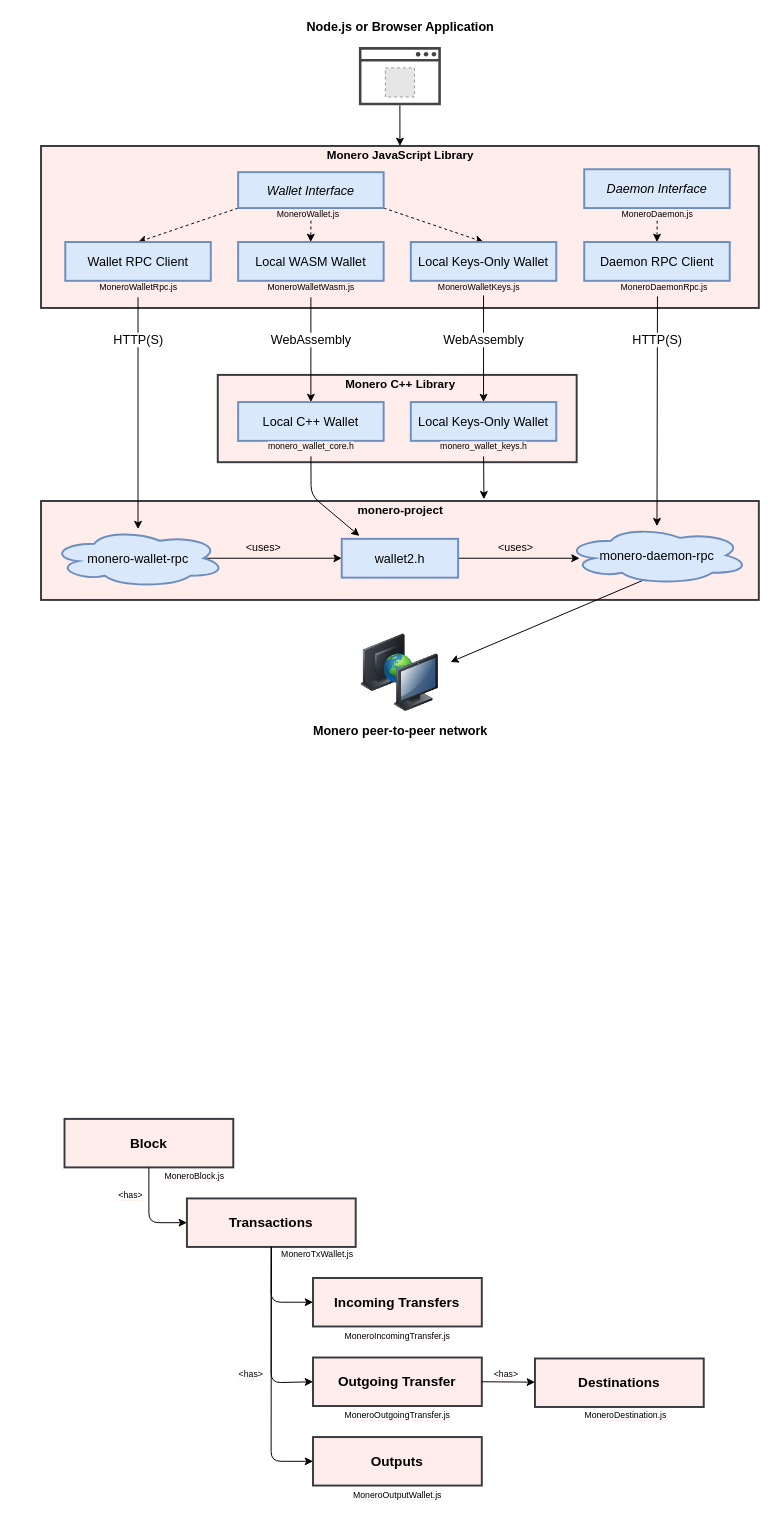
Above: docs/img/architecture.drawio in woodser/monero-ts (draw.io), before the change. Source tidied: cells renumbered, new cells numbered last; positions are measured from the earlier drawing's top-left corner, leaving out a move shared by most shapes. Both pictures are drawn from the tidied source at 97%, with x=0, y=0 at pixel (16, 16). Pictures stored in the file or linked from it are replaced by grey dashed boxes.
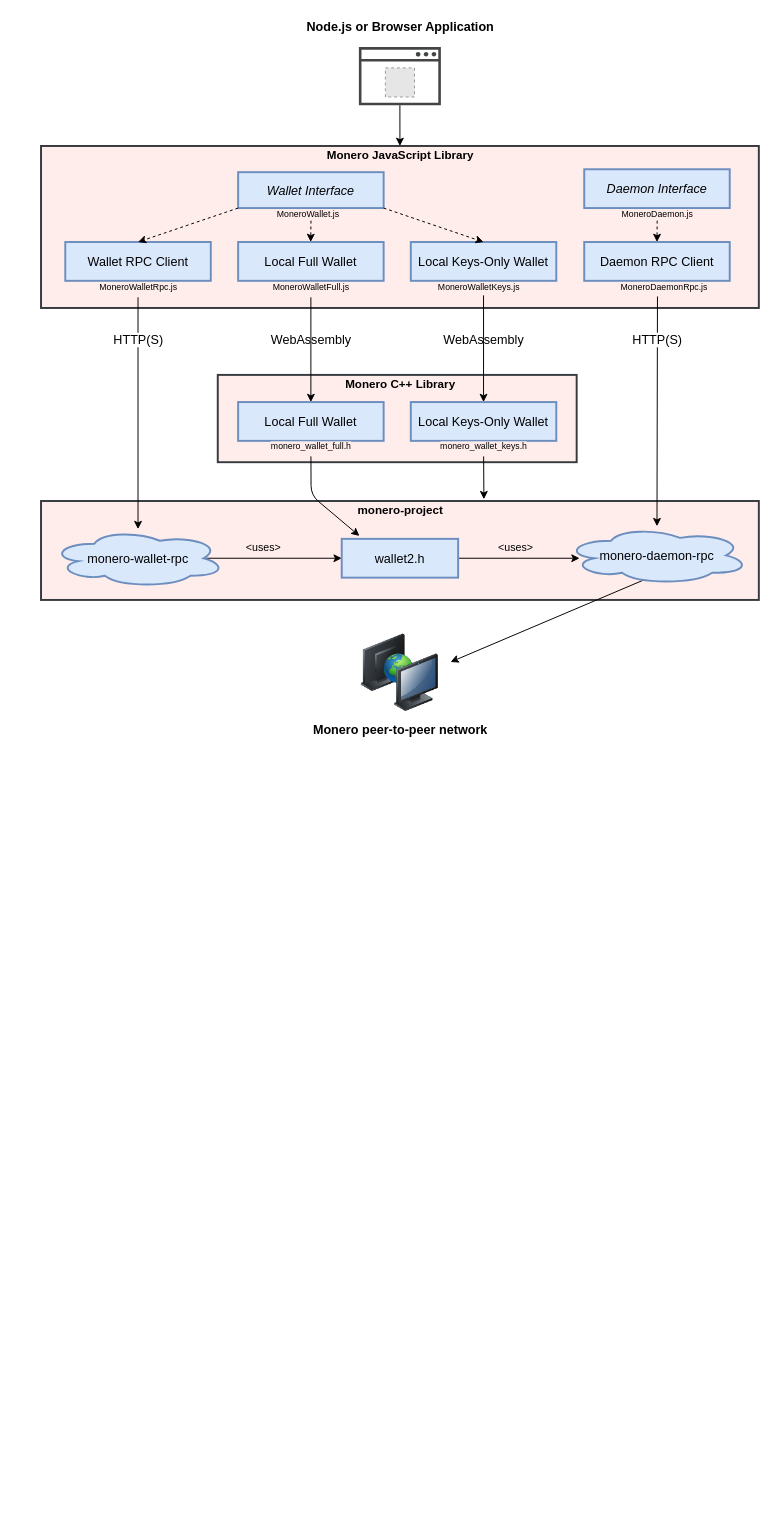
The same diagram, later.

Commit message (it also covers changes not shown here):
update architecture and data model diagrams

Unchanged cells that the change refers to:
```xml
<mxCell id="26" value="Wallet RPC Client" style="rounded=0;whiteSpace=wrap;html=1;fillColor=#dae8fc;strokeColor=#6c8ebf;strokeWidth=2;fontSize=13;fontStyle=0;" parent="1" vertex="1">
  <mxGeometry x="49.8" y="232" width="150" height="40" as="geometry" />
</mxCell>
<mxCell id="31" value="Wallet Interface" style="rounded=0;whiteSpace=wrap;html=1;fillColor=#dae8fc;strokeColor=#6c8ebf;strokeWidth=2;fontSize=13;fontStyle=2;" parent="1" vertex="1">
  <mxGeometry x="228" y="160" width="150" height="37" as="geometry" />
</mxCell>
<mxCell id="38" value="Local Keys-Only Wallet" style="rounded=0;whiteSpace=wrap;html=1;fillColor=#dae8fc;strokeColor=#6c8ebf;strokeWidth=2;fontSize=13;fontStyle=0;" parent="1" vertex="1">
  <mxGeometry x="406" y="232" width="150" height="40" as="geometry" />
</mxCell>
<mxCell id="44" value="Daemon RPC Client" style="rounded=0;whiteSpace=wrap;html=1;fillColor=#dae8fc;strokeColor=#6c8ebf;strokeWidth=2;fontSize=13;fontStyle=0;" parent="1" vertex="1">
  <mxGeometry x="584.8" y="232" width="150" height="40" as="geometry" />
</mxCell>
<mxCell id="48" style="group;" parent="1" vertex="1">
  <mxGeometry x="228" y="397" width="328" height="56" as="geometry" />
</mxCell>
<mxCell id="51" value="Local Keys-Only Wallet" style="rounded=0;whiteSpace=wrap;html=1;fillColor=#dae8fc;strokeColor=#6c8ebf;strokeWidth=2;fontSize=13;" parent="48" vertex="1">
  <mxGeometry x="178" width="150" height="40" as="geometry" />
</mxCell>
```

The edit, as a diff of the source:
```diff
@@
-    <mxCell id="11" value="Monero peer-to-peer network" style="text;html=1;align=center;verticalAlign=middle;fillColor=none;strokeColor=none;rounded=0;fontStyle=1;fontSize=13;" parent="1" vertex="1">
-      <mxGeometry x="294.8" y="726" width="200" height="20" as="geometry" />
-    </mxCell>
@@
-    <mxCell id="13" value="Node.js or Browser Application" style="text;html=1;align=center;verticalAlign=middle;fillColor=none;strokeColor=none;rounded=0;fontStyle=1;fontSize=13;" parent="1" vertex="1">
-      <mxGeometry x="289.8" width="210" height="20" as="geometry" />
-    </mxCell>
@@
-    <mxCell id="20" style="endArrow=classic;html=1;entryX=0.5;entryY=0;entryDx=0;entryDy=0;dashed=1;exitX=1;exitY=1;exitDx=0;exitDy=0;" parent="1" edge="1" source="31" target="38">
-      <mxGeometry relative="1" as="geometry" />
-    </mxCell>
-    <mxCell id="21" style="endArrow=classic;html=1;exitX=0;exitY=1;exitDx=0;exitDy=0;dashed=1;entryX=0.5;entryY=0;entryDx=0;entryDy=0;" parent="1" edge="1" source="31" target="26">
-      <mxGeometry relative="1" as="geometry" />
-    </mxCell>
@@
-    <mxCell id="29" style="endArrow=classic;html=1;" parent="1" edge="1" source="33" target="49">
-      <mxGeometry relative="1" as="geometry" />
-    </mxCell>
@@
-    <mxCell id="32" value="Local WASM Wallet" style="rounded=0;whiteSpace=wrap;html=1;fillColor=#dae8fc;strokeColor=#6c8ebf;strokeWidth=2;fontSize=13;fontStyle=0;" parent="1" vertex="1">
+    <mxCell id="32" value="Local Full Wallet" style="rounded=0;whiteSpace=wrap;html=1;fillColor=#dae8fc;strokeColor=#6c8ebf;strokeWidth=2;fontSize=13;fontStyle=0;" parent="1" vertex="1">
       <mxGeometry x="228" y="232" width="150" height="40" as="geometry" />
     </mxCell>
-    <mxCell id="33" value="MoneroWalletWasm.js" style="text;html=1;align=center;verticalAlign=middle;points=[];fillColor=none;strokeColor=none;rounded=0;labelBackgroundColor=#FFEDEB;fontSize=9;labelBorderColor=none;" parent="1" vertex="1">
-      <mxGeometry x="253" y="269" width="100" height="20" as="geometry" />
+    <mxCell id="33" value="MoneroWalletFull.js" style="text;html=1;align=center;verticalAlign=middle;points=[];fillColor=none;strokeColor=none;rounded=0;labelBackgroundColor=#FFEDEB;fontSize=9;labelBorderColor=none;" parent="1" vertex="1">
+      <mxGeometry x="258" y="269" width="90" height="20" as="geometry" />
     </mxCell>
@@
-    <mxCell id="35" style="endArrow=classic;html=1;entryX=0.5;entryY=0;entryDx=0;entryDy=0;" parent="1" edge="1" target="51">
-      <mxGeometry relative="1" as="geometry">
-        <mxPoint x="481" y="287" as="sourcePoint" />
-      </mxGeometry>
-    </mxCell>
@@
-    <mxCell id="42" style="endArrow=classic;html=1;entryX=0.5;entryY=0;entryDx=0;entryDy=0;dashed=1;" parent="1" edge="1" target="44">
-      <mxGeometry relative="1" as="geometry">
-        <mxPoint x="660" y="210" as="sourcePoint" />
-      </mxGeometry>
-    </mxCell>
@@
-    <mxCell id="49" value="Local C++ Wallet" style="rounded=0;whiteSpace=wrap;html=1;fillColor=#dae8fc;strokeColor=#6c8ebf;strokeWidth=2;fontSize=13;" parent="48" vertex="1">
+    <mxCell id="49" value="Local Full Wallet" style="rounded=0;whiteSpace=wrap;html=1;fillColor=#dae8fc;strokeColor=#6c8ebf;strokeWidth=2;fontSize=13;" parent="48" vertex="1">
       <mxGeometry width="150" height="40" as="geometry" />
     </mxCell>
-    <mxCell id="50" value="monero_wallet_core.h" style="text;html=1;align=center;verticalAlign=middle;points=[];fillColor=none;strokeColor=none;rounded=0;labelBackgroundColor=#FFEDEB;fontSize=9;labelBorderColor=none;" parent="48" vertex="1">
+    <mxCell id="50" value="monero_wallet_full.h" style="text;html=1;align=center;verticalAlign=middle;points=[];fillColor=none;strokeColor=none;rounded=0;labelBackgroundColor=#FFEDEB;fontSize=9;labelBorderColor=none;" parent="48" vertex="1">
       <mxGeometry x="25" y="36" width="100" height="20" as="geometry" />
     </mxCell>
@@
-    <mxCell id="54" value="Block" style="rounded=0;whiteSpace=wrap;html=1;fillColor=#FFEDEB;strokeColor=#36393d;strokeWidth=2;fontStyle=1;fontSize=14;" parent="1" vertex="1">
-      <mxGeometry x="49" y="1136" width="174" height="50" as="geometry" />
-    </mxCell>
-    <mxCell id="55" value="Transactions" style="rounded=0;whiteSpace=wrap;html=1;fillColor=#FFEDEB;strokeColor=#36393d;strokeWidth=2;fontStyle=1;fontSize=14;" parent="1" vertex="1">
-      <mxGeometry x="175.2" y="1218" width="174" height="50" as="geometry" />
-    </mxCell>
-    <mxCell id="56" value="Incoming Transfers" style="rounded=0;whiteSpace=wrap;html=1;fillColor=#FFEDEB;strokeColor=#36393d;strokeWidth=2;fontStyle=1;fontSize=14;" parent="1" vertex="1">
-      <mxGeometry x="305.2" y="1300" width="174" height="50" as="geometry" />
-    </mxCell>
-    <mxCell id="57" value="Outgoing Transfer" style="rounded=0;whiteSpace=wrap;html=1;fillColor=#FFEDEB;strokeColor=#36393d;strokeWidth=2;fontStyle=1;fontSize=14;" parent="1" vertex="1">
-      <mxGeometry x="305.2" y="1382" width="174" height="50" as="geometry" />
-    </mxCell>
-    <mxCell id="58" value="Destinations" style="rounded=0;whiteSpace=wrap;html=1;fillColor=#FFEDEB;strokeColor=#36393d;strokeWidth=2;fontStyle=1;fontSize=14;" parent="1" vertex="1">
-      <mxGeometry x="534" y="1383" width="174" height="50" as="geometry" />
-    </mxCell>
-    <mxCell id="59" value="Outputs" style="rounded=0;whiteSpace=wrap;html=1;fillColor=#FFEDEB;strokeColor=#36393d;strokeWidth=2;fontStyle=1;fontSize=14;" parent="1" vertex="1">
-      <mxGeometry x="305.2" y="1464" width="174" height="50" as="geometry" />
-    </mxCell>
-    <mxCell id="60" style="endArrow=classic;html=1;fontSize=14;exitX=1;exitY=0.5;exitDx=0;exitDy=0;" parent="1" edge="1" source="57" target="58">
-      <mxGeometry relative="1" as="geometry" />
-    </mxCell>
-    <mxCell id="61" style="endArrow=classic;html=1;fontSize=14;exitX=0.5;exitY=1;exitDx=0;exitDy=0;entryX=0;entryY=0.5;entryDx=0;entryDy=0;" parent="1" edge="1" source="55" target="56">
-      <mxGeometry relative="1" as="geometry">
-        <Array as="points">
-          <mxPoint x="262" y="1325" />
-        </Array>
-      </mxGeometry>
-    </mxCell>
-    <mxCell id="62" style="endArrow=classic;html=1;fontSize=14;exitX=0.5;exitY=1;exitDx=0;exitDy=0;entryX=0;entryY=0.5;entryDx=0;entryDy=0;" parent="1" edge="1" source="55" target="57">
-      <mxGeometry relative="1" as="geometry">
-        <Array as="points">
-          <mxPoint x="262" y="1408" />
-        </Array>
-      </mxGeometry>
-    </mxCell>
-    <mxCell id="63" style="endArrow=classic;html=1;fontSize=14;exitX=0.5;exitY=1;exitDx=0;exitDy=0;entryX=0;entryY=0.5;entryDx=0;entryDy=0;" parent="1" edge="1" source="55" target="59">
-      <mxGeometry relative="1" as="geometry">
-        <Array as="points">
-          <mxPoint x="262" y="1489" />
-        </Array>
-      </mxGeometry>
-    </mxCell>
-    <mxCell id="64" value="&lt;span style=&quot;background-color: rgb(255 , 255 , 255)&quot;&gt;MoneroBlock.js&lt;/span&gt;" style="text;html=1;align=right;verticalAlign=middle;fillColor=none;strokeColor=none;rounded=0;labelBackgroundColor=#FFEDEB;fontSize=9;labelBorderColor=none;" parent="1" vertex="1">
-      <mxGeometry x="134.8" y="1185" width="80" height="20" as="geometry" />
-    </mxCell>
-    <mxCell id="65" value="&lt;span style=&quot;background-color: rgb(255 , 255 , 255)&quot;&gt;MoneroTxWallet.js&lt;/span&gt;" style="text;html=1;align=right;verticalAlign=middle;fillColor=none;strokeColor=none;rounded=0;labelBackgroundColor=#FFEDEB;fontSize=9;labelBorderColor=none;" parent="1" vertex="1">
-      <mxGeometry x="258" y="1266" width="90" height="20" as="geometry" />
-    </mxCell>
-    <mxCell id="66" value="&lt;span style=&quot;background-color: rgb(255 , 255 , 255)&quot;&gt;MoneroIncomingTransfer.js&lt;/span&gt;" style="text;html=1;align=center;verticalAlign=middle;fillColor=none;strokeColor=none;rounded=0;labelBackgroundColor=#FFEDEB;fontSize=9;labelBorderColor=none;" parent="1" vertex="1">
-      <mxGeometry x="332" y="1350" width="120" height="20" as="geometry" />
-    </mxCell>
-    <mxCell id="67" value="&lt;span style=&quot;background-color: rgb(255 , 255 , 255)&quot;&gt;MoneroOutgoingTransfer.js&lt;/span&gt;" style="text;html=1;align=center;verticalAlign=middle;fillColor=none;strokeColor=none;rounded=0;labelBackgroundColor=#FFEDEB;fontSize=9;labelBorderColor=none;" parent="1" vertex="1">
-      <mxGeometry x="332" y="1432" width="120" height="20" as="geometry" />
-    </mxCell>
-    <mxCell id="68" value="&lt;span style=&quot;background-color: rgb(255 , 255 , 255)&quot;&gt;MoneroOutputWallet.js&lt;/span&gt;" style="text;html=1;align=center;verticalAlign=middle;fillColor=none;strokeColor=none;rounded=0;labelBackgroundColor=#FFEDEB;fontSize=9;labelBorderColor=none;" parent="1" vertex="1">
-      <mxGeometry x="337" y="1514" width="110" height="20" as="geometry" />
-    </mxCell>
-    <mxCell id="69" value="&lt;span style=&quot;background-color: rgb(255 , 255 , 255)&quot;&gt;MoneroDestination.js&lt;/span&gt;" style="text;html=1;align=right;verticalAlign=middle;fillColor=none;strokeColor=none;rounded=0;labelBackgroundColor=#FFEDEB;fontSize=9;labelBorderColor=none;" parent="1" vertex="1">
-      <mxGeometry x="571" y="1432" width="100" height="20" as="geometry" />
-    </mxCell>
-    <mxCell id="70" value="&lt;span style=&quot;background-color: rgb(255 , 255 , 255)&quot;&gt;&amp;lt;has&amp;gt;&lt;/span&gt;" style="text;html=1;align=left;verticalAlign=middle;fillColor=none;strokeColor=none;rounded=0;labelBackgroundColor=#FFEDEB;fontSize=9;labelBorderColor=none;" parent="1" vertex="1">
-      <mxGeometry x="102.8" y="1205" width="40" height="20" as="geometry" />
-    </mxCell>
-    <mxCell id="71" value="&lt;span style=&quot;background-color: rgb(255 , 255 , 255)&quot;&gt;&amp;lt;has&amp;gt;&lt;/span&gt;" style="text;html=1;align=left;verticalAlign=middle;fillColor=none;strokeColor=none;rounded=0;labelBackgroundColor=#FFEDEB;fontSize=9;labelBorderColor=none;" parent="1" vertex="1">
-      <mxGeometry x="227" y="1390" width="40" height="20" as="geometry" />
-    </mxCell>
-    <mxCell id="72" value="&lt;span style=&quot;background-color: rgb(255 , 255 , 255)&quot;&gt;&amp;lt;has&amp;gt;&lt;/span&gt;" style="text;html=1;align=left;verticalAlign=middle;fillColor=none;strokeColor=none;rounded=0;labelBackgroundColor=#FFEDEB;fontSize=9;labelBorderColor=none;" parent="1" vertex="1">
-      <mxGeometry x="489.8" y="1390" width="40" height="20" as="geometry" />
-    </mxCell>
-    <mxCell id="73" style="endArrow=classic;html=1;fontSize=14;exitX=0.5;exitY=1;exitDx=0;exitDy=0;entryX=0;entryY=0.5;entryDx=0;entryDy=0;" parent="1" edge="1" source="54" target="55">
-      <mxGeometry relative="1" as="geometry">
-        <Array as="points">
-          <mxPoint x="136" y="1243" />
-        </Array>
-      </mxGeometry>
-    </mxCell>
+    <mxCell id="13" value="Node.js or Browser Application" style="text;html=1;align=center;verticalAlign=middle;fillColor=none;strokeColor=none;rounded=0;labelBackgroundColor=#FFFFFF;fontSize=13;fontStyle=1;" parent="1" vertex="1">
+      <mxGeometry x="290" width="210" height="20" as="geometry" />
+    </mxCell>
+    <mxCell id="11" value="Monero peer-to-peer network" style="text;html=1;align=center;verticalAlign=middle;fillColor=none;strokeColor=none;rounded=0;labelBackgroundColor=#FFFFFF;fontSize=13;fontStyle=1;" parent="1" vertex="1">
+      <mxGeometry x="295" y="725" width="200" height="20" as="geometry" />
+    </mxCell>
+    <mxCell id="21" style="endArrow=classic;html=1;exitX=0;exitY=1;exitDx=0;exitDy=0;dashed=1;entryX=0.5;entryY=0;entryDx=0;entryDy=0;" parent="1" edge="1" source="31" target="26">
+      <mxGeometry relative="1" as="geometry" />
+    </mxCell>
+    <mxCell id="20" style="endArrow=classic;html=1;entryX=0.5;entryY=0;entryDx=0;entryDy=0;dashed=1;exitX=1;exitY=1;exitDx=0;exitDy=0;" parent="1" edge="1" source="31" target="38">
+      <mxGeometry relative="1" as="geometry" />
+    </mxCell>
+    <mxCell id="42" style="endArrow=classic;html=1;entryX=0.5;entryY=0;entryDx=0;entryDy=0;dashed=1;" parent="1" edge="1" target="44">
+      <mxGeometry relative="1" as="geometry">
+        <mxPoint x="660" y="210" as="sourcePoint" />
+      </mxGeometry>
+    </mxCell>
+    <mxCell id="35" style="endArrow=classic;html=1;entryX=0.5;entryY=0;entryDx=0;entryDy=0;" parent="1" edge="1" target="51">
+      <mxGeometry relative="1" as="geometry">
+        <mxPoint x="481" y="287" as="sourcePoint" />
+      </mxGeometry>
+    </mxCell>
+    <mxCell id="29" style="endArrow=classic;html=1;" parent="1" edge="1" source="33" target="49">
+      <mxGeometry relative="1" as="geometry" />
+    </mxCell>
```
